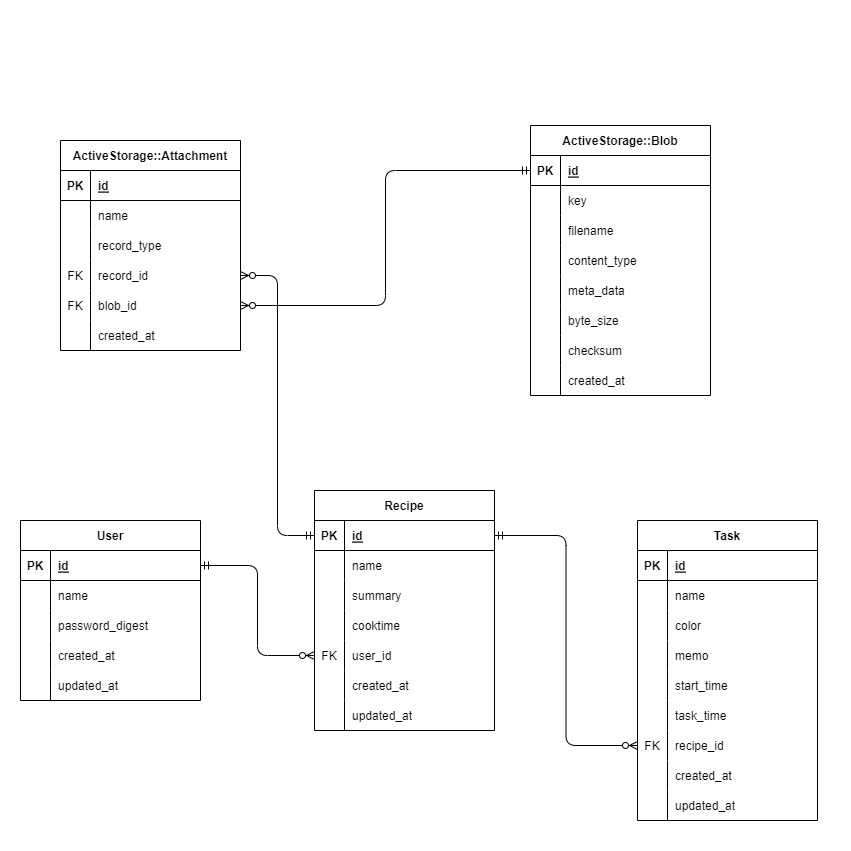
Before: TimeCook_ER.png, a diagram exported from draw.io (yoshihiro-kawabata/TimeCook_defenish). Source tidied: cells renumbered, new cells last; positions are measured from the earlier drawing's top-left corner, leaving out a move shared by most shapes.
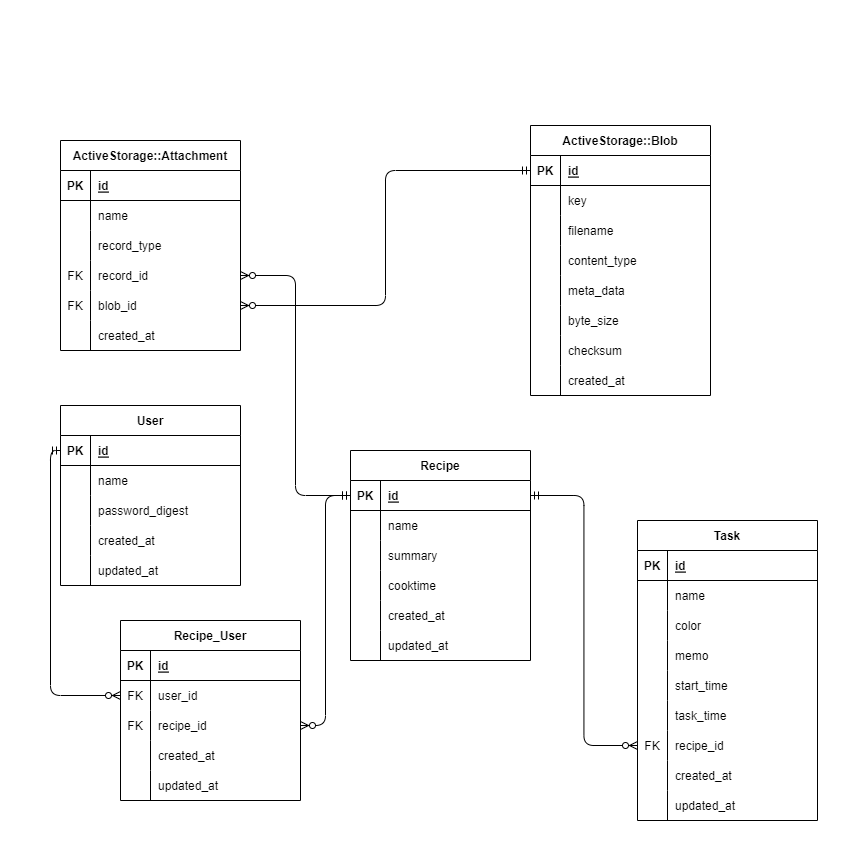
After the commit.

Diff of the diagram source:
```diff
@@ -6,7 +6,7 @@
       <mxGeometry width="850" height="850" as="geometry" />
     </mxCell>
     <mxCell id="3" value="User" style="shape=table;startSize=30;rowLines=0;fontStyle=1;align=center;strokeColor=#000000;fontColor=#000000;fillColor=none;" parent="1" vertex="1">
-      <mxGeometry x="20" y="520" width="180" height="180" as="geometry" />
+      <mxGeometry x="60" y="405" width="180" height="180" as="geometry" />
     </mxCell>
     <mxCell id="4" style="shape=partialRectangle;fillColor=none;top=0;left=0;bottom=1;right=0;points=[[0,0.5],[1,0.5]];portConstraint=eastwest;strokeColor=#000000;fontColor=#000000;" parent="3" vertex="1">
       <mxGeometry y="30" width="180" height="30" as="geometry" />
@@ -54,7 +54,7 @@
       <mxGeometry x="30" width="150" height="30" as="geometry" />
     </mxCell>
     <mxCell id="19" value="Recipe" style="shape=table;startSize=30;rowLines=0;fontStyle=1;align=center;strokeColor=#000000;fontColor=#000000;fillColor=none;" parent="1" vertex="1">
-      <mxGeometry x="314" y="490" width="180" height="240" as="geometry" />
+      <mxGeometry x="350" y="450" width="180" height="210" as="geometry" />
     </mxCell>
     <mxCell id="20" style="shape=partialRectangle;fillColor=none;top=0;left=0;bottom=1;right=0;points=[[0,0.5],[1,0.5]];portConstraint=eastwest;strokeColor=#000000;fontColor=#000000;" parent="19" vertex="1">
       <mxGeometry y="30" width="180" height="30" as="geometry" />
@@ -92,17 +92,8 @@
     <mxCell id="31" value="cooktime" style="shape=partialRectangle;fillColor=none;top=0;left=0;bottom=0;right=0;align=left;spacingLeft=6;overflow=hidden;strokeColor=#000000;fontColor=#000000;" parent="29" vertex="1">
       <mxGeometry x="30" width="150" height="30" as="geometry" />
     </mxCell>
-    <mxCell id="32" style="shape=partialRectangle;fillColor=none;top=0;left=0;bottom=0;right=0;points=[[0,0.5],[1,0.5]];portConstraint=eastwest;strokeColor=#000000;fontColor=#000000;" parent="19" vertex="1">
-      <mxGeometry y="150" width="180" height="30" as="geometry" />
-    </mxCell>
-    <mxCell id="33" value="FK" style="shape=partialRectangle;fillColor=none;top=0;left=0;bottom=0;right=0;overflow=hidden;strokeColor=#000000;fontColor=#000000;" parent="32" vertex="1">
-      <mxGeometry width="30" height="30" as="geometry" />
-    </mxCell>
-    <mxCell id="34" value="user_id" style="shape=partialRectangle;fillColor=none;top=0;left=0;bottom=0;right=0;align=left;spacingLeft=6;overflow=hidden;strokeColor=#000000;fontColor=#000000;" parent="32" vertex="1">
-      <mxGeometry x="30" width="150" height="30" as="geometry" />
-    </mxCell>
     <mxCell id="35" style="shape=partialRectangle;fillColor=none;top=0;left=0;bottom=0;right=0;strokeColor=#000000;fontColor=#000000;" parent="19" vertex="1">
-      <mxGeometry y="180" width="180" height="30" as="geometry" />
+      <mxGeometry y="150" width="180" height="30" as="geometry" />
     </mxCell>
     <mxCell id="36" style="shape=partialRectangle;fillColor=none;top=0;left=0;bottom=0;right=0;overflow=hidden;strokeColor=#000000;fontColor=#000000;" parent="35" vertex="1">
       <mxGeometry width="30" height="30" as="geometry" />
@@ -111,7 +102,7 @@
       <mxGeometry x="30" width="150" height="30" as="geometry" />
     </mxCell>
     <mxCell id="38" style="shape=partialRectangle;fillColor=none;top=0;left=0;bottom=0;right=0;strokeColor=#000000;fontColor=#000000;" parent="19" vertex="1">
-      <mxGeometry y="210" width="180" height="30" as="geometry" />
+      <mxGeometry y="180" width="180" height="30" as="geometry" />
     </mxCell>
     <mxCell id="39" style="shape=partialRectangle;fillColor=none;top=0;left=0;bottom=0;right=0;overflow=hidden;strokeColor=#000000;fontColor=#000000;" parent="38" vertex="1">
       <mxGeometry width="30" height="30" as="geometry" />
@@ -119,9 +110,6 @@
     <mxCell id="40" value="updated_at" style="shape=partialRectangle;fillColor=none;top=0;left=0;bottom=0;right=0;align=left;spacingLeft=6;overflow=hidden;strokeColor=#000000;fontColor=#000000;" parent="38" vertex="1">
       <mxGeometry x="30" width="150" height="30" as="geometry" />
     </mxCell>
-    <mxCell id="41" style="fontSize=12;html=1;endArrow=ERzeroToMany;startArrow=ERmandOne;exitX=1;exitY=0.5;exitDx=0;exitDy=0;entryX=0;entryY=0.5;entryDx=0;entryDy=0;strokeColor=#000000;fontColor=#000000;edgeStyle=orthogonalEdgeStyle;" parent="1" edge="1" source="4" target="32">
-      <mxGeometry relative="1" as="geometry" />
-    </mxCell>
     <mxCell id="42" value="Task" style="shape=table;startSize=30;rowLines=0;fontStyle=1;align=center;strokeColor=#000000;fontColor=#000000;fillColor=none;" parent="1" vertex="1">
       <mxGeometry x="637" y="520" width="180" height="300" as="geometry" />
     </mxCell>
@@ -347,5 +335,59 @@
     <mxCell id="116" style="fontSize=12;html=1;endArrow=ERzeroToMany;startArrow=ERmandOne;strokeColor=#000000;fontColor=#000000;entryX=1;entryY=0.5;entryDx=0;entryDy=0;exitX=0;exitY=0.5;exitDx=0;exitDy=0;edgeStyle=orthogonalEdgeStyle;" parent="1" edge="1" source="72" target="109">
       <mxGeometry relative="1" as="geometry" />
     </mxCell>
+    <mxCell id="117" value="Recipe_User" style="shape=table;startSize=30;rowLines=0;fontStyle=1;align=center;strokeColor=#000000;fontColor=#000000;fillColor=none;" parent="1" vertex="1">
+      <mxGeometry x="120" y="620" width="180" height="180" as="geometry" />
+    </mxCell>
+    <mxCell id="118" style="shape=partialRectangle;fillColor=none;top=0;left=0;bottom=1;right=0;strokeColor=#000000;fontColor=#000000;" parent="117" vertex="1">
+      <mxGeometry y="30" width="180" height="30" as="geometry" />
+    </mxCell>
+    <mxCell id="119" value="PK" style="shape=partialRectangle;fillColor=none;top=0;left=0;bottom=0;right=0;fontStyle=1;overflow=hidden;strokeColor=#000000;fontColor=#000000;" parent="118" vertex="1">
+      <mxGeometry width="30" height="30" as="geometry" />
+    </mxCell>
+    <mxCell id="120" value="id" style="shape=partialRectangle;fillColor=none;top=0;left=0;bottom=0;right=0;align=left;spacingLeft=6;fontStyle=5;overflow=hidden;strokeColor=#000000;fontColor=#000000;" parent="118" vertex="1">
+      <mxGeometry x="30" width="150" height="30" as="geometry" />
+    </mxCell>
+    <mxCell id="32" style="shape=partialRectangle;fillColor=none;top=0;left=0;bottom=0;right=0;points=[[0,0.5],[1,0.5]];portConstraint=eastwest;strokeColor=#000000;fontColor=#000000;" parent="117" vertex="1">
+      <mxGeometry y="60" width="180" height="30" as="geometry" />
+    </mxCell>
+    <mxCell id="33" value="FK" style="shape=partialRectangle;fillColor=none;top=0;left=0;bottom=0;right=0;overflow=hidden;strokeColor=#000000;fontColor=#000000;" parent="32" vertex="1">
+      <mxGeometry width="30" height="30" as="geometry" />
+    </mxCell>
+    <mxCell id="34" value="user_id" style="shape=partialRectangle;fillColor=none;top=0;left=0;bottom=0;right=0;align=left;spacingLeft=6;overflow=hidden;strokeColor=#000000;fontColor=#000000;" parent="32" vertex="1">
+      <mxGeometry x="30" width="150" height="30" as="geometry" />
+    </mxCell>
+    <mxCell id="121" style="shape=partialRectangle;fillColor=none;top=0;left=0;bottom=0;right=0;points=[[0,0.5],[1,0.5]];portConstraint=eastwest;strokeColor=#000000;fontColor=#000000;" parent="117" vertex="1">
+      <mxGeometry y="90" width="180" height="30" as="geometry" />
+    </mxCell>
+    <mxCell id="122" value="FK" style="shape=partialRectangle;fillColor=none;top=0;left=0;bottom=0;right=0;overflow=hidden;strokeColor=#000000;fontColor=#000000;" parent="121" vertex="1">
+      <mxGeometry width="30" height="30" as="geometry" />
+    </mxCell>
+    <mxCell id="123" value="recipe_id" style="shape=partialRectangle;fillColor=none;top=0;left=0;bottom=0;right=0;align=left;spacingLeft=6;overflow=hidden;strokeColor=#000000;fontColor=#000000;fontStyle=0;" parent="121" vertex="1">
+      <mxGeometry x="30" width="150" height="30" as="geometry" />
+    </mxCell>
+    <mxCell id="124" style="shape=partialRectangle;fillColor=none;top=0;left=0;bottom=0;right=0;strokeColor=#000000;fontColor=#000000;" parent="117" vertex="1">
+      <mxGeometry y="120" width="180" height="30" as="geometry" />
+    </mxCell>
+    <mxCell id="125" style="shape=partialRectangle;fillColor=none;top=0;left=0;bottom=0;right=0;overflow=hidden;strokeColor=#000000;fontColor=#000000;" parent="124" vertex="1">
+      <mxGeometry width="30" height="30" as="geometry" />
+    </mxCell>
+    <mxCell id="126" value="created_at" style="shape=partialRectangle;fillColor=none;top=0;left=0;bottom=0;right=0;align=left;spacingLeft=6;overflow=hidden;strokeColor=#000000;fontColor=#000000;" parent="124" vertex="1">
+      <mxGeometry x="30" width="150" height="30" as="geometry" />
+    </mxCell>
+    <mxCell id="127" style="shape=partialRectangle;fillColor=none;top=0;left=0;bottom=0;right=0;strokeColor=#000000;fontColor=#000000;" parent="117" vertex="1">
+      <mxGeometry y="150" width="180" height="30" as="geometry" />
+    </mxCell>
+    <mxCell id="128" style="shape=partialRectangle;fillColor=none;top=0;left=0;bottom=0;right=0;overflow=hidden;strokeColor=#000000;fontColor=#000000;" parent="127" vertex="1">
+      <mxGeometry width="30" height="30" as="geometry" />
+    </mxCell>
+    <mxCell id="129" value="updated_at" style="shape=partialRectangle;fillColor=none;top=0;left=0;bottom=0;right=0;align=left;spacingLeft=6;overflow=hidden;strokeColor=#000000;fontColor=#000000;" parent="127" vertex="1">
+      <mxGeometry x="30" width="150" height="30" as="geometry" />
+    </mxCell>
+    <mxCell id="130" style="fontSize=12;html=1;endArrow=ERzeroToMany;startArrow=ERmandOne;exitX=0;exitY=0.5;exitDx=0;exitDy=0;entryX=1;entryY=0.5;entryDx=0;entryDy=0;strokeColor=#000000;fontColor=#000000;edgeStyle=orthogonalEdgeStyle;" parent="1" edge="1" source="20" target="121">
+      <mxGeometry relative="1" as="geometry" />
+    </mxCell>
+    <mxCell id="41" style="fontSize=12;html=1;endArrow=ERzeroToMany;startArrow=ERmandOne;exitX=0;exitY=0.5;exitDx=0;exitDy=0;entryX=0;entryY=0.5;entryDx=0;entryDy=0;strokeColor=#000000;fontColor=#000000;edgeStyle=orthogonalEdgeStyle;" parent="1" edge="1" source="4" target="32">
+      <mxGeometry relative="1" as="geometry" />
+    </mxCell>
   </root>
 </mxGraphModel>
```
